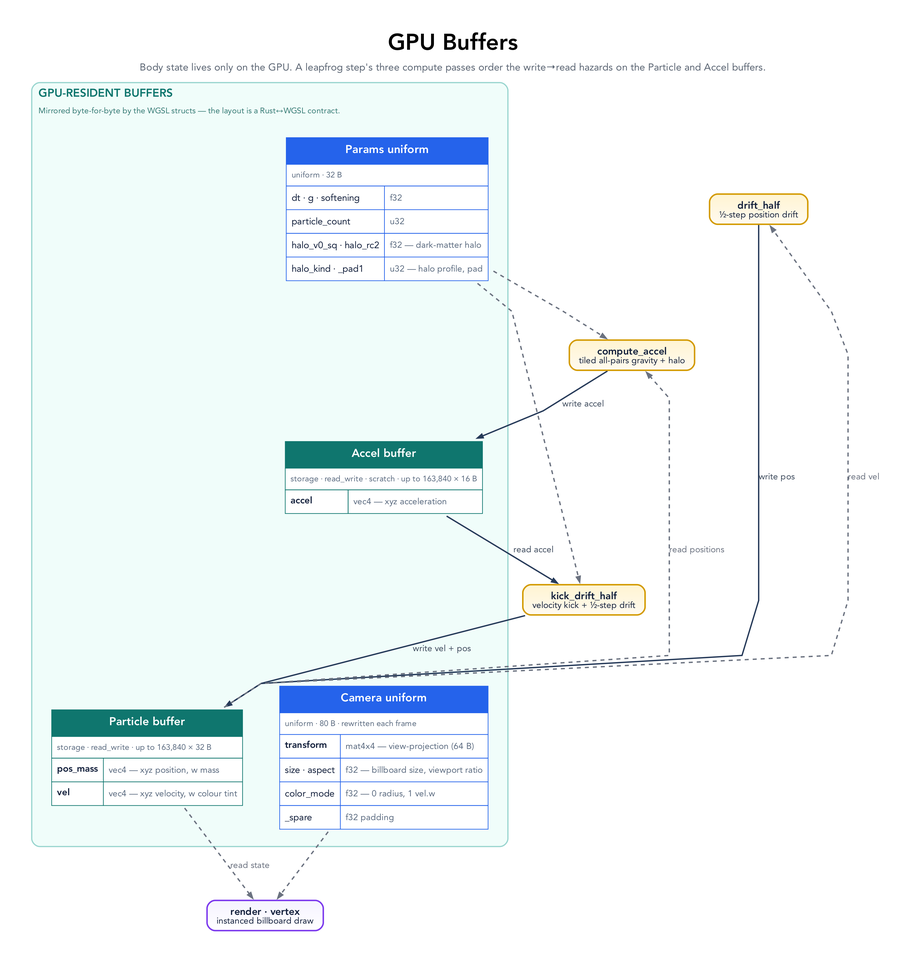
This is docs/diagrams/gpu-buffers.png from tre-systems/galacto, a Graphviz export, as it was before one commit. Its source is kept beside it as docs/diagrams/gpu-buffers.dot.
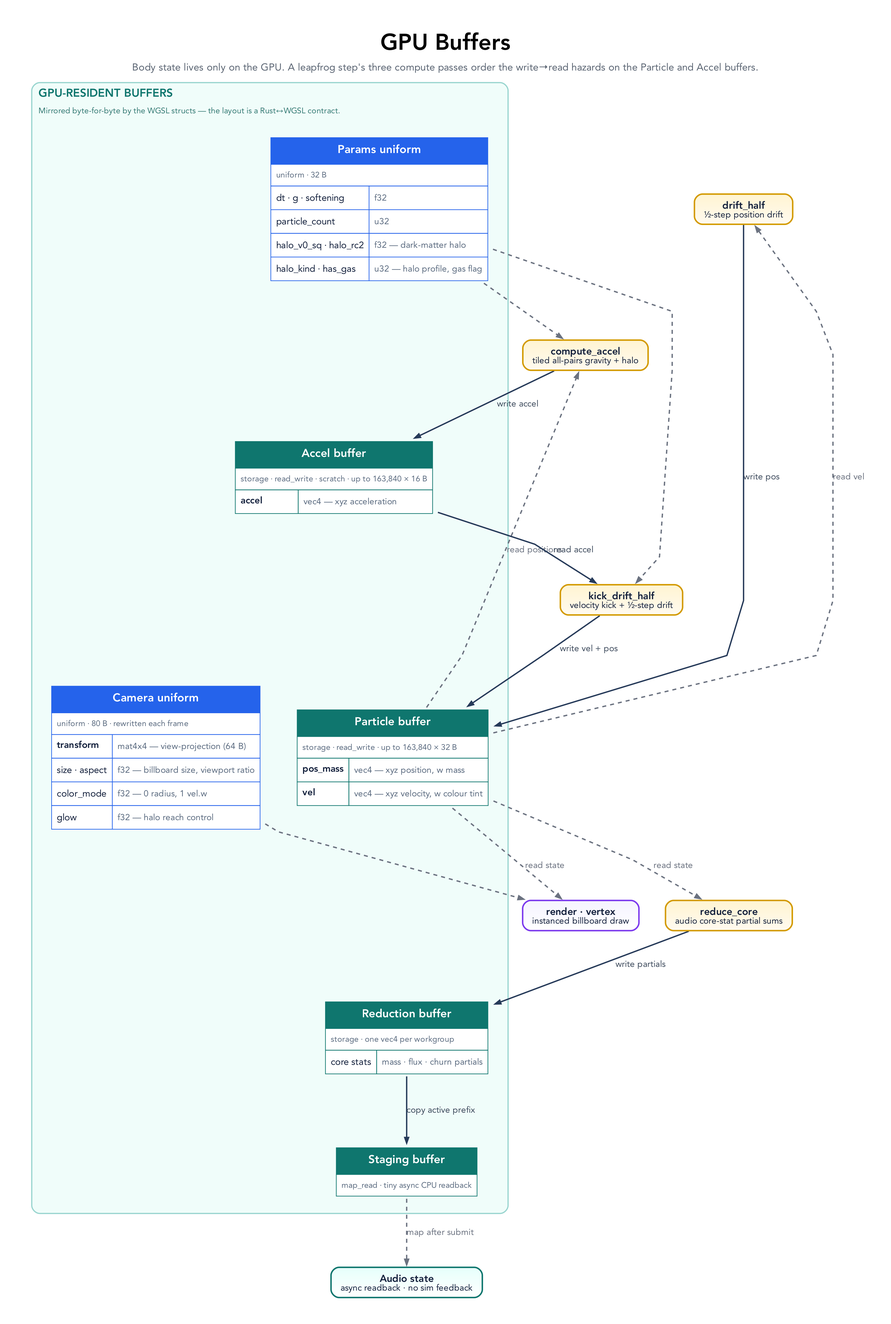
The same diagram one commit later.

Change to the diagram source:
```diff
@@ -38,7 +38,9 @@
   accel_pass [shape=box, style="rounded,filled", margin="0.2,0.12", penwidth=2.2, fontsize=15, color="#d39a00", fillcolor="#fff4d1:#fffaf0", gradientangle=270, label=<<B>compute_accel</B><BR/><FONT POINT-SIZE="13">tiled all-pairs gravity + halo</FONT>>];
   drift_pass [shape=box, style="rounded,filled", margin="0.2,0.12", penwidth=2.2, fontsize=15, color="#d39a00", fillcolor="#fff4d1:#fffaf0", gradientangle=270, label=<<B>drift_half</B><BR/><FONT POINT-SIZE="13">½-step position drift</FONT>>];
   kick_pass [shape=box, style="rounded,filled", margin="0.2,0.12", penwidth=2.2, fontsize=15, color="#d39a00", fillcolor="#fff4d1:#fffaf0", gradientangle=270, label=<<B>kick_drift_half</B><BR/><FONT POINT-SIZE="13">velocity kick + ½-step drift</FONT>>];
+  reduce_pass [shape=box, style="rounded,filled", margin="0.2,0.12", penwidth=2.2, fontsize=15, color="#d39a00", fillcolor="#fff4d1:#fffaf0", gradientangle=270, label=<<B>reduce_core</B><BR/><FONT POINT-SIZE="13">audio core-stat partial sums</FONT>>];
   render_pass [shape=box, style="rounded,filled", margin="0.2,0.12", penwidth=2.2, fontsize=15, color="#7c3aed", fillcolor="#f5f3ff:#ffffff", gradientangle=270, label=<<B>render · vertex</B><BR/><FONT POINT-SIZE="13">instanced billboard draw</FONT>>];
+  cpu_audio [shape=box, style="rounded,filled", margin="0.2,0.12", penwidth=2.2, fontsize=15, color="#0f766e", fillcolor="#e6fffb:#ffffff", gradientangle=270, label=<<B>Audio state</B><BR/><FONT POINT-SIZE="13">async readback · no sim feedback</FONT>>];
 
   subgraph cluster_buffers {
     graph [
@@ -81,7 +83,7 @@
         <TR><TD ALIGN="LEFT"><FONT POINT-SIZE="14">dt · g · softening</FONT></TD><TD ALIGN="LEFT"><FONT POINT-SIZE="13" COLOR="#5b6b80">f32</FONT></TD></TR>
         <TR><TD ALIGN="LEFT"><FONT POINT-SIZE="14">particle_count</FONT></TD><TD ALIGN="LEFT"><FONT POINT-SIZE="13" COLOR="#5b6b80">u32</FONT></TD></TR>
         <TR><TD ALIGN="LEFT"><FONT POINT-SIZE="14">halo_v0_sq · halo_rc2</FONT></TD><TD ALIGN="LEFT"><FONT POINT-SIZE="13" COLOR="#5b6b80">f32 — dark-matter halo</FONT></TD></TR>
-        <TR><TD ALIGN="LEFT"><FONT POINT-SIZE="14">halo_kind · _pad1</FONT></TD><TD ALIGN="LEFT"><FONT POINT-SIZE="13" COLOR="#5b6b80">u32 — halo profile, pad</FONT></TD></TR>
+        <TR><TD ALIGN="LEFT"><FONT POINT-SIZE="14">halo_kind · has_gas</FONT></TD><TD ALIGN="LEFT"><FONT POINT-SIZE="13" COLOR="#5b6b80">u32 — halo profile, gas flag</FONT></TD></TR>
       </TABLE>
     >];
 
@@ -92,7 +94,22 @@
         <TR><TD ALIGN="LEFT"><FONT POINT-SIZE="14"><B>transform</B></FONT></TD><TD ALIGN="LEFT"><FONT POINT-SIZE="13" COLOR="#5b6b80">mat4x4 — view-projection (64 B)</FONT></TD></TR>
         <TR><TD ALIGN="LEFT"><FONT POINT-SIZE="14">size · aspect</FONT></TD><TD ALIGN="LEFT"><FONT POINT-SIZE="13" COLOR="#5b6b80">f32 — billboard size, viewport ratio</FONT></TD></TR>
         <TR><TD ALIGN="LEFT"><FONT POINT-SIZE="14">color_mode</FONT></TD><TD ALIGN="LEFT"><FONT POINT-SIZE="13" COLOR="#5b6b80">f32 — 0 radius, 1 vel.w</FONT></TD></TR>
-        <TR><TD ALIGN="LEFT"><FONT POINT-SIZE="14">_spare</FONT></TD><TD ALIGN="LEFT"><FONT POINT-SIZE="13" COLOR="#5b6b80">f32 padding</FONT></TD></TR>
+        <TR><TD ALIGN="LEFT"><FONT POINT-SIZE="14">glow</FONT></TD><TD ALIGN="LEFT"><FONT POINT-SIZE="13" COLOR="#5b6b80">f32 — halo reach control</FONT></TD></TR>
+      </TABLE>
+    >];
+
+    reductions [label=<
+      <TABLE BORDER="0" CELLBORDER="1" CELLSPACING="0" CELLPADDING="7" BGCOLOR="#ffffff" COLOR="#0f766e">
+        <TR><TD COLSPAN="2" BGCOLOR="#0f766e"><FONT COLOR="#ffffff" POINT-SIZE="17"><B>Reduction buffer</B></FONT></TD></TR>
+        <TR><TD COLSPAN="2" ALIGN="LEFT"><FONT POINT-SIZE="12" COLOR="#5b6b80">storage · one vec4 per workgroup</FONT></TD></TR>
+        <TR><TD ALIGN="LEFT"><FONT POINT-SIZE="14">core stats</FONT></TD><TD ALIGN="LEFT"><FONT POINT-SIZE="13" COLOR="#5b6b80">mass · flux · churn partials</FONT></TD></TR>
+      </TABLE>
+    >];
+
+    staging [label=<
+      <TABLE BORDER="0" CELLBORDER="1" CELLSPACING="0" CELLPADDING="7" BGCOLOR="#ffffff" COLOR="#0f766e">
+        <TR><TD COLSPAN="2" BGCOLOR="#0f766e"><FONT COLOR="#ffffff" POINT-SIZE="17"><B>Staging buffer</B></FONT></TD></TR>
+        <TR><TD COLSPAN="2" ALIGN="LEFT"><FONT POINT-SIZE="12" COLOR="#5b6b80">map_read · tiny async CPU readback</FONT></TD></TR>
       </TABLE>
     >];
   }
@@ -111,6 +128,12 @@
   particle -> render_pass [label="read state", style=dashed, color="#6b7280", fontcolor="#6b7280"];
   camera -> render_pass [style=dashed, color="#6b7280"];
 
+  particle -> reduce_pass [label="read state", style=dashed, color="#6b7280", fontcolor="#6b7280"];
+  reduce_pass -> reductions [label="write partials"];
+  reductions -> staging [label="copy active prefix"];
+  staging -> cpu_audio [label="map after submit", style=dashed, color="#6b7280", fontcolor="#6b7280"];
+
   drift_pass -> accel_pass [style=invis];
   accel_pass -> kick_pass [style=invis];
+  kick_pass -> reduce_pass [style=invis];
 }
```
